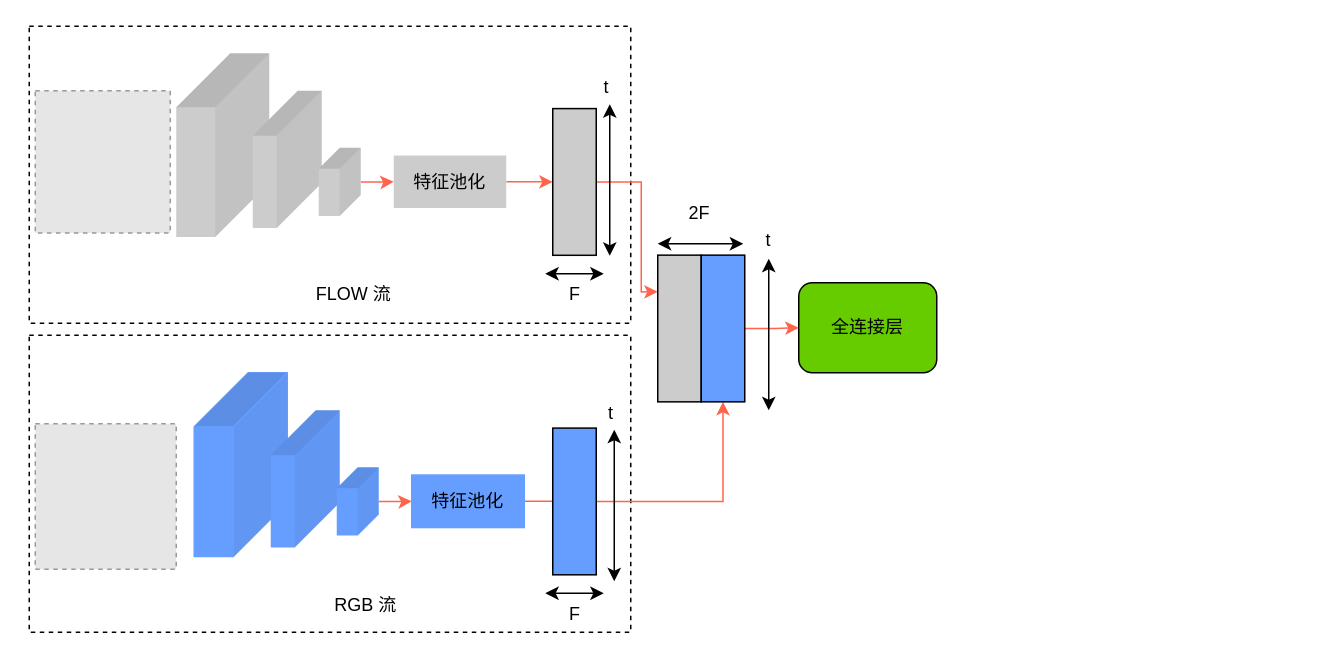
zhou-ning/Diagrams keeps this draw.io diagram as 论文/W-TALC.drawio. Above is the earlier version. Source tidied: cells renumbered, new cells numbered last; positions are measured from the earlier drawing's top-left corner, leaving out a move shared by most shapes. Both pictures are drawn from the tidied source at 150%, with x=0, y=0 at pixel (28, 26). Pictures stored in the file or linked from it are replaced by grey dashed boxes.
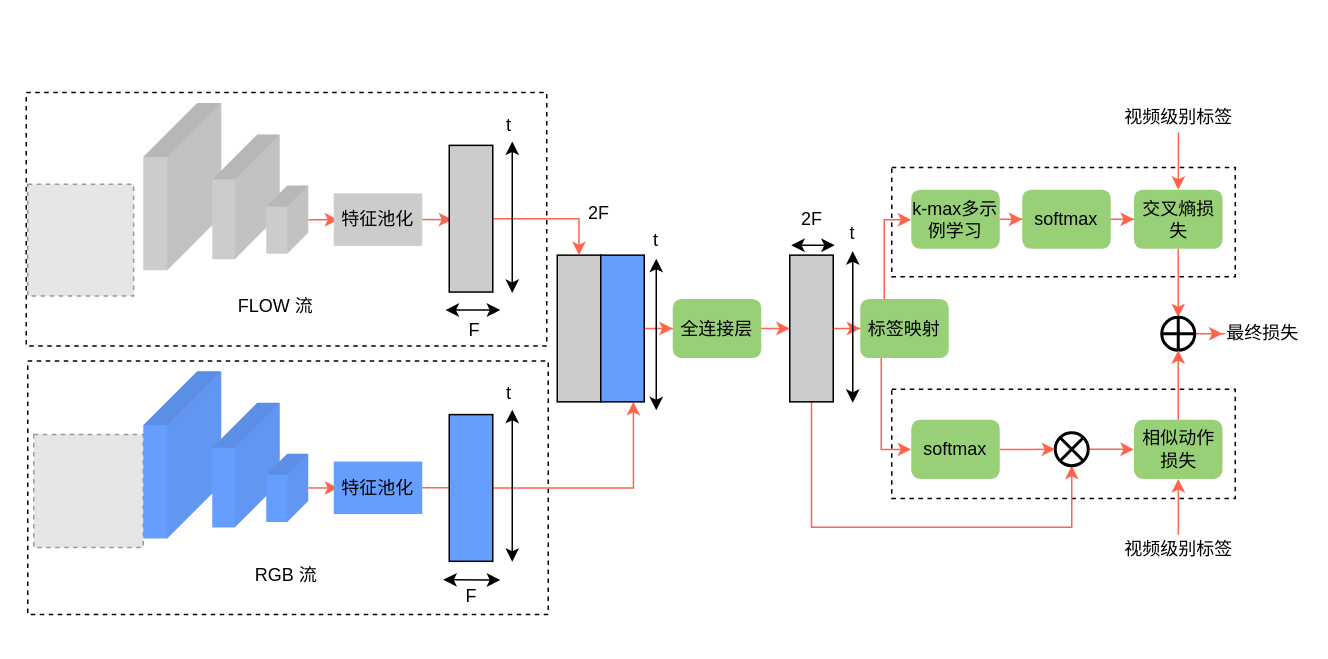
The same page after the edit.

The edit, as a diff of the source:
```diff
@@
-    <mxCell id="2" style="rounded=0;whiteSpace=wrap;html=1;shadow=0;dashed=1;" parent="1" vertex="1">
-      <mxGeometry width="401" height="198" as="geometry" />
-    </mxCell>
+    <mxCell id="40" style="rounded=0;whiteSpace=wrap;html=1;shadow=0;dashed=1;" parent="1" vertex="1">
+      <mxGeometry x="-2" y="44.2" width="347" height="169" as="geometry" />
+    </mxCell>
+    <mxCell id="41" style="rounded=0;whiteSpace=wrap;html=1;shadow=0;dashed=1;" parent="1" vertex="1">
+      <mxGeometry x="575" y="242" width="229" height="72.8" as="geometry" />
+    </mxCell>
+    <mxCell id="42" style="rounded=0;whiteSpace=wrap;html=1;shadow=0;dashed=1;" parent="1" vertex="1">
+      <mxGeometry x="575" y="94.2" width="229" height="72.8" as="geometry" />
+    </mxCell>
     <mxCell id="3" style="rounded=0;whiteSpace=wrap;html=1;shadow=0;dashed=1;" parent="1" vertex="1">
-      <mxGeometry y="206" width="401" height="198" as="geometry" />
+      <mxGeometry x="-1" y="223.2" width="347" height="169" as="geometry" />
     </mxCell>
     <mxCell id="4" style="fillColor=#E6E6E6;strokeColor=#999999;dashed=1;verticalLabelPosition=bottom;labelBackgroundColor=#ffffff;verticalAlign=top;" parent="1" vertex="1">
-      <mxGeometry x="4" y="265" width="94" height="97" as="geometry" />
+      <mxGeometry x="3" y="272.2" width="73" height="75.3" as="geometry" />
     </mxCell>
     <mxCell id="5" style="fillColor=#E6E6E6;strokeColor=#999999;dashed=1;verticalLabelPosition=bottom;labelBackgroundColor=#ffffff;verticalAlign=top;" parent="1" vertex="1">
-      <mxGeometry x="4" y="43" width="90" height="94.8" as="geometry" />
+      <mxGeometry x="-1" y="105.4" width="70.6" height="74.4" as="geometry" />
     </mxCell>
-    <mxCell id="6" style="shape=cube;whiteSpace=wrap;html=1;boundedLbl=1;backgroundOutline=1;darkOpacity=0.05;darkOpacity2=0.1;shadow=0;size=36;direction=south;fillColor=#669EFF;strokeColor=#669EFF;" parent="1" vertex="1">
-      <mxGeometry x="110" y="231" width="62" height="122.5" as="geometry" />
+    <mxCell id="6" style="shape=cube;whiteSpace=wrap;html=1;boundedLbl=1;backgroundOutline=1;darkOpacity=0.05;darkOpacity2=0.1;shadow=0;size=36;direction=south;fillColor=#669EFF;strokeColor=none;" parent="1" vertex="1">
+      <mxGeometry x="76" y="230" width="52" height="111.5" as="geometry" />
     </mxCell>
     <mxCell id="7" style="shape=cube;whiteSpace=wrap;html=1;boundedLbl=1;backgroundOutline=1;darkOpacity=0.05;darkOpacity2=0.1;shadow=0;size=30;direction=south;fillColor=#669EFF;strokeColor=none;" parent="1" vertex="1">
-      <mxGeometry x="161" y="256" width="46" height="91.5" as="geometry" />
+      <mxGeometry x="122" y="251" width="45" height="83.2" as="geometry" />
     </mxCell>
-    <mxCell id="8" style="edgeStyle=orthogonalEdgeStyle;rounded=0;jettySize=auto;html=1;entryX=0;entryY=0.5;entryDx=0;entryDy=0;strokeColor=#FF644D;" parent="1" edge="1" source="9" target="11">
+    <mxCell id="8" style="edgeStyle=orthogonalEdgeStyle;rounded=0;jettySize=auto;html=1;strokeColor=#FF644D;" parent="1" edge="1" source="9" target="11">
       <mxGeometry relative="1" as="geometry" />
     </mxCell>
     <mxCell id="9" style="shape=cube;whiteSpace=wrap;html=1;boundedLbl=1;backgroundOutline=1;darkOpacity=0.05;darkOpacity2=0.1;shadow=0;size=14;direction=south;fillColor=#669EFF;strokeColor=none;" parent="1" vertex="1">
-      <mxGeometry x="205" y="294" width="28" height="45.5" as="geometry" />
+      <mxGeometry x="158" y="285" width="28" height="45.5" as="geometry" />
     </mxCell>
-    <mxCell id="10" style="edgeStyle=orthogonalEdgeStyle;rounded=0;jettySize=auto;html=1;entryX=0.5;entryY=1;entryDx=0;entryDy=0;strokeColor=#FF644D;" parent="1" edge="1" source="11" target="13">
+    <mxCell id="10" style="edgeStyle=orthogonalEdgeStyle;rounded=0;jettySize=auto;html=1;strokeColor=#FF644D;entryX=0.5;entryY=1;entryDx=0;entryDy=0;" parent="1" edge="1" source="11" target="13">
       <mxGeometry relative="1" as="geometry" />
     </mxCell>
-    <mxCell id="11" value="特征池化" style="rounded=0;whiteSpace=wrap;html=1;shadow=0;fillColor=#669EFF;strokeColor=#669EFF;" parent="1" vertex="1">
-      <mxGeometry x="255" y="299.2" width="75" height="35" as="geometry" />
+    <mxCell id="11" value="特征池化" style="rounded=0;whiteSpace=wrap;html=1;shadow=0;fillColor=#669EFF;strokeColor=none;" parent="1" vertex="1">
+      <mxGeometry x="203" y="290.2" width="59" height="35" as="geometry" />
     </mxCell>
-    <mxCell id="12" style="edgeStyle=orthogonalEdgeStyle;rounded=0;jettySize=auto;html=1;entryX=1;entryY=0.5;entryDx=0;entryDy=0;strokeColor=#FF644D;" parent="1" edge="1" source="13" target="24">
+    <mxCell id="12" style="edgeStyle=orthogonalEdgeStyle;rounded=0;jettySize=auto;html=1;entryX=1;entryY=0.25;entryDx=0;entryDy=0;strokeColor=#FF644D;" parent="1" edge="1" source="13" target="24">
       <mxGeometry relative="1" as="geometry" />
     </mxCell>
     <mxCell id="13" style="rounded=0;whiteSpace=wrap;html=1;shadow=0;fillColor=#669EFF;direction=south;" parent="1" vertex="1">
-      <mxGeometry x="349" y="267.9" width="29" height="97.8" as="geometry" />
+      <mxGeometry x="280" y="258.9" width="29" height="97.8" as="geometry" />
     </mxCell>
-    <mxCell id="14" style="shape=cube;whiteSpace=wrap;html=1;boundedLbl=1;backgroundOutline=1;darkOpacity=0.05;darkOpacity2=0.1;shadow=0;size=36;direction=south;strokeColor=none;fillColor=#CCCCCC;" parent="1" vertex="1">
-      <mxGeometry x="98" y="18" width="62" height="122.5" as="geometry" />
-    </mxCell>
-    <mxCell id="15" style="shape=cube;whiteSpace=wrap;html=1;boundedLbl=1;backgroundOutline=1;darkOpacity=0.05;darkOpacity2=0.1;shadow=0;size=30;direction=south;strokeColor=none;fillColor=#CCCCCC;" parent="1" vertex="1">
-      <mxGeometry x="149" y="43" width="46" height="91.5" as="geometry" />
-    </mxCell>
-    <mxCell id="16" style="edgeStyle=orthogonalEdgeStyle;rounded=0;jettySize=auto;html=1;entryX=0;entryY=0.5;entryDx=0;entryDy=0;strokeColor=#FF644D;" parent="1" edge="1" source="17" target="19">
-      <mxGeometry relative="1" as="geometry" />
-    </mxCell>
-    <mxCell id="17" style="shape=cube;whiteSpace=wrap;html=1;boundedLbl=1;backgroundOutline=1;darkOpacity=0.05;darkOpacity2=0.1;shadow=0;size=14;direction=south;strokeColor=none;fillColor=#CCCCCC;" parent="1" vertex="1">
-      <mxGeometry x="193" y="81" width="28" height="45.5" as="geometry" />
-    </mxCell>
-    <mxCell id="18" style="edgeStyle=orthogonalEdgeStyle;rounded=0;jettySize=auto;html=1;entryX=0.5;entryY=1;entryDx=0;entryDy=0;strokeColor=#FF644D;" parent="1" edge="1" source="19" target="21">
-      <mxGeometry relative="1" as="geometry" />
-    </mxCell>
-    <mxCell id="19" value="特征池化" style="rounded=0;whiteSpace=wrap;html=1;shadow=0;strokeColor=none;fillColor=#CCCCCC;" parent="1" vertex="1">
-      <mxGeometry x="243" y="86.2" width="75" height="35" as="geometry" />
-    </mxCell>
-    <mxCell id="20" style="edgeStyle=orthogonalEdgeStyle;rounded=0;jettySize=auto;html=1;entryX=0.25;entryY=1;entryDx=0;entryDy=0;strokeColor=#FF644D;" parent="1" edge="1" source="21" target="22">
-      <mxGeometry relative="1" as="geometry">
-        <Array as="points">
-          <mxPoint x="408" y="104" />
-          <mxPoint x="408" y="177" />
-        </Array>
-      </mxGeometry>
-    </mxCell>
-    <mxCell id="21" style="rounded=0;whiteSpace=wrap;html=1;shadow=0;direction=south;fillColor=#CCCCCC;" parent="1" vertex="1">
-      <mxGeometry x="349" y="54.9" width="29" height="97.8" as="geometry" />
-    </mxCell>
     <mxCell id="22" style="rounded=0;whiteSpace=wrap;html=1;shadow=0;direction=south;fillColor=#CCCCCC;" parent="1" vertex="1">
-      <mxGeometry x="419" y="152.6" width="29" height="97.8" as="geometry" />
+      <mxGeometry x="352" y="152.6" width="29" height="97.8" as="geometry" />
     </mxCell>
@@
     <mxCell id="24" style="rounded=0;whiteSpace=wrap;html=1;shadow=0;fillColor=#669EFF;direction=south;" parent="1" vertex="1">
-      <mxGeometry x="448" y="152.6" width="29" height="97.8" as="geometry" />
+      <mxGeometry x="381" y="152.6" width="29" height="97.8" as="geometry" />
     </mxCell>
-    <mxCell id="25" style="endArrow=classic;startArrow=classic;html=1;" parent="1" edge="1">
-      <mxGeometry relative="1" as="geometry">
-        <mxPoint x="344" y="378" as="sourcePoint" />
-        <mxPoint x="383" y="378" as="targetPoint" />
-      </mxGeometry>
-    </mxCell>
     <mxCell id="26" value="F" style="text;html=1;strokeColor=none;fillColor=none;align=center;verticalAlign=middle;whiteSpace=wrap;rounded=0;shadow=0;" parent="1" vertex="1">
-      <mxGeometry x="343.5" y="382" width="40" height="20" as="geometry" />
+      <mxGeometry x="274.5" y="370" width="40" height="20" as="geometry" />
     </mxCell>
-    <mxCell id="27" style="endArrow=classic;startArrow=classic;html=1;" parent="1" edge="1">
-      <mxGeometry relative="1" as="geometry">
-        <mxPoint x="344" y="165" as="sourcePoint" />
-        <mxPoint x="383" y="165" as="targetPoint" />
-      </mxGeometry>
-    </mxCell>
-    <mxCell id="28" value="F" style="text;html=1;strokeColor=none;fillColor=none;align=center;verticalAlign=middle;whiteSpace=wrap;rounded=0;shadow=0;" parent="1" vertex="1">
-      <mxGeometry x="343.5" y="169" width="40" height="20" as="geometry" />
-    </mxCell>
-    <mxCell id="29" style="endArrow=classic;startArrow=classic;html=1;" parent="1" edge="1">
-      <mxGeometry relative="1" as="geometry">
-        <mxPoint x="387" y="153" as="sourcePoint" />
-        <mxPoint x="387" y="52" as="targetPoint" />
-      </mxGeometry>
-    </mxCell>
-    <mxCell id="30" value="t" style="text;html=1;strokeColor=none;fillColor=none;align=center;verticalAlign=middle;whiteSpace=wrap;rounded=0;shadow=0;" parent="1" vertex="1">
-      <mxGeometry x="365" y="31" width="40" height="20" as="geometry" />
-    </mxCell>
     <mxCell id="31" style="endArrow=classic;startArrow=classic;html=1;" parent="1" edge="1">
       <mxGeometry relative="1" as="geometry">
-        <mxPoint x="390" y="370" as="sourcePoint" />
-        <mxPoint x="390" y="269" as="targetPoint" />
+        <mxPoint x="322" y="357" as="sourcePoint" />
+        <mxPoint x="322" y="255.6" as="targetPoint" />
       </mxGeometry>
     </mxCell>
     <mxCell id="32" value="t" style="text;html=1;strokeColor=none;fillColor=none;align=center;verticalAlign=middle;whiteSpace=wrap;rounded=0;shadow=0;" parent="1" vertex="1">
-      <mxGeometry x="368" y="248" width="40" height="20" as="geometry" />
+      <mxGeometry x="300" y="234.6" width="40" height="20" as="geometry" />
     </mxCell>
     <mxCell id="33" style="endArrow=classic;startArrow=classic;html=1;" parent="1" edge="1">
       <mxGeometry relative="1" as="geometry">
-        <mxPoint x="419" y="145" as="sourcePoint" />
-        <mxPoint x="476" y="145" as="targetPoint" />
+        <mxPoint x="508" y="146" as="sourcePoint" />
+        <mxPoint x="537" y="146" as="targetPoint" />
       </mxGeometry>
     </mxCell>
     <mxCell id="34" value="2F" style="text;html=1;strokeColor=none;fillColor=none;align=center;verticalAlign=middle;whiteSpace=wrap;rounded=0;shadow=0;" parent="1" vertex="1">
-      <mxGeometry x="427" y="114.5" width="40" height="20" as="geometry" />
+      <mxGeometry x="360" y="114.5" width="40" height="20" as="geometry" />
     </mxCell>
     <mxCell id="35" style="endArrow=classic;startArrow=classic;html=1;" parent="1" edge="1">
       <mxGeometry relative="1" as="geometry">
-        <mxPoint x="493" y="256" as="sourcePoint" />
-        <mxPoint x="493" y="155" as="targetPoint" />
+        <mxPoint x="418" y="256" as="sourcePoint" />
+        <mxPoint x="418" y="155" as="targetPoint" />
       </mxGeometry>
     </mxCell>
     <mxCell id="36" value="t" style="text;html=1;strokeColor=none;fillColor=none;align=center;verticalAlign=middle;whiteSpace=wrap;rounded=0;shadow=0;" parent="1" vertex="1">
-      <mxGeometry x="473" y="132.6" width="40" height="20" as="geometry" />
+      <mxGeometry x="398" y="132.6" width="40" height="20" as="geometry" />
     </mxCell>
     <mxCell id="37" value="RGB 流" style="text;html=1;strokeColor=none;fillColor=none;align=center;verticalAlign=middle;whiteSpace=wrap;rounded=0;shadow=0;" parent="1" vertex="1">
-      <mxGeometry x="193" y="376" width="63" height="20" as="geometry" />
+      <mxGeometry x="140" y="356" width="63" height="20" as="geometry" />
     </mxCell>
+    <mxCell id="43" style="edgeStyle=orthogonalEdgeStyle;rounded=0;jettySize=auto;html=1;entryX=0.5;entryY=1;entryDx=0;entryDy=0;strokeColor=#FF644D;" parent="1" edge="1" source="39" target="46">
+      <mxGeometry relative="1" as="geometry" />
+    </mxCell>
+    <mxCell id="39" value="全连接层" style="rounded=1;whiteSpace=wrap;html=1;shadow=0;fillColor=#97D077;strokeColor=none;" parent="1" vertex="1">
+      <mxGeometry x="429" y="181.8" width="59" height="39.4" as="geometry" />
+    </mxCell>
+    <mxCell id="44" style="edgeStyle=orthogonalEdgeStyle;rounded=0;jettySize=auto;html=1;strokeColor=#FF644D;" parent="1" edge="1" source="46" target="51">
+      <mxGeometry relative="1" as="geometry" />
+    </mxCell>
+    <mxCell id="45" style="edgeStyle=orthogonalEdgeStyle;rounded=0;jettySize=auto;html=1;entryX=0.5;entryY=1;entryDx=0;entryDy=0;strokeColor=#FF644D;" parent="1" edge="1" source="46" target="57">
+      <mxGeometry relative="1" as="geometry">
+        <Array as="points">
+          <mxPoint x="522" y="334" />
+          <mxPoint x="695" y="334" />
+        </Array>
+      </mxGeometry>
+    </mxCell>
+    <mxCell id="46" style="rounded=0;whiteSpace=wrap;html=1;shadow=0;direction=south;fillColor=#CCCCCC;" parent="1" vertex="1">
+      <mxGeometry x="507" y="152.6" width="29" height="97.8" as="geometry" />
+    </mxCell>
+    <mxCell id="47" style="edgeStyle=orthogonalEdgeStyle;rounded=0;jettySize=auto;html=1;strokeColor=#FF644D;" parent="1" edge="1" source="48" target="53">
+      <mxGeometry relative="1" as="geometry" />
+    </mxCell>
+    <mxCell id="48" value="k-max多示例学习" style="rounded=1;whiteSpace=wrap;html=1;shadow=0;fillColor=#97D077;strokeColor=none;" parent="1" vertex="1">
+      <mxGeometry x="588" y="109" width="59" height="39.4" as="geometry" />
+    </mxCell>
+    <mxCell id="49" style="edgeStyle=orthogonalEdgeStyle;rounded=0;jettySize=auto;html=1;strokeColor=#FF644D;" parent="1" edge="1" source="51" target="48">
+      <mxGeometry relative="1" as="geometry">
+        <Array as="points">
+          <mxPoint x="570" y="129" />
+        </Array>
+      </mxGeometry>
+    </mxCell>
+    <mxCell id="50" style="edgeStyle=orthogonalEdgeStyle;rounded=0;jettySize=auto;html=1;entryX=0;entryY=0.5;entryDx=0;entryDy=0;strokeColor=#FF644D;" parent="1" edge="1" source="51" target="61">
+      <mxGeometry relative="1" as="geometry">
+        <Array as="points">
+          <mxPoint x="568" y="282" />
+        </Array>
+      </mxGeometry>
+    </mxCell>
+    <mxCell id="51" value="标签映射" style="rounded=1;whiteSpace=wrap;html=1;shadow=0;fillColor=#97D077;strokeColor=none;" parent="1" vertex="1">
+      <mxGeometry x="554" y="181.8" width="59" height="39.4" as="geometry" />
+    </mxCell>
+    <mxCell id="52" style="edgeStyle=orthogonalEdgeStyle;rounded=0;jettySize=auto;html=1;strokeColor=#FF644D;" parent="1" edge="1" source="53" target="55">
+      <mxGeometry relative="1" as="geometry" />
+    </mxCell>
+    <mxCell id="53" value="softmax" style="rounded=1;whiteSpace=wrap;html=1;shadow=0;fillColor=#97D077;strokeColor=none;" parent="1" vertex="1">
+      <mxGeometry x="662" y="109" width="59" height="39.4" as="geometry" />
+    </mxCell>
+    <mxCell id="54" style="edgeStyle=orthogonalEdgeStyle;rounded=0;jettySize=auto;html=1;entryX=0.5;entryY=0;entryDx=0;entryDy=0;strokeColor=#FF644D;" parent="1" edge="1" source="55" target="59">
+      <mxGeometry relative="1" as="geometry" />
+    </mxCell>
+    <mxCell id="55" value="交叉熵损失" style="rounded=1;whiteSpace=wrap;html=1;shadow=0;fillColor=#97D077;strokeColor=none;" parent="1" vertex="1">
+      <mxGeometry x="736.5" y="109" width="59" height="39.4" as="geometry" />
+    </mxCell>
+    <mxCell id="56" style="edgeStyle=orthogonalEdgeStyle;rounded=0;jettySize=auto;html=1;strokeColor=#FF644D;" parent="1" edge="1" source="57" target="65">
+      <mxGeometry relative="1" as="geometry" />
+    </mxCell>
+    <mxCell id="57" style="shape=sumEllipse;perimeter=ellipsePerimeter;whiteSpace=wrap;html=1;backgroundOutline=1;shadow=0;strokeColor=#000000;fillColor=none;strokeWidth=2;" parent="1" vertex="1">
+      <mxGeometry x="684" y="271" width="22" height="22" as="geometry" />
+    </mxCell>
+    <mxCell id="58" style="edgeStyle=orthogonalEdgeStyle;rounded=0;jettySize=auto;html=1;strokeColor=#FF644D;" parent="1" edge="1" source="59" target="66">
+      <mxGeometry relative="1" as="geometry" />
+    </mxCell>
+    <mxCell id="59" style="shape=orEllipse;perimeter=ellipsePerimeter;whiteSpace=wrap;html=1;backgroundOutline=1;shadow=0;strokeColor=#000000;strokeWidth=2;fillColor=none;" parent="1" vertex="1">
+      <mxGeometry x="755" y="194" width="22" height="22" as="geometry" />
+    </mxCell>
+    <mxCell id="60" style="edgeStyle=orthogonalEdgeStyle;rounded=0;jettySize=auto;html=1;entryX=0;entryY=0.5;entryDx=0;entryDy=0;strokeColor=#FF644D;" parent="1" edge="1" source="61" target="57">
+      <mxGeometry relative="1" as="geometry" />
+    </mxCell>
+    <mxCell id="61" value="softmax" style="rounded=1;whiteSpace=wrap;html=1;shadow=0;fillColor=#97D077;strokeColor=none;" parent="1" vertex="1">
+      <mxGeometry x="588" y="262.4" width="59" height="39.4" as="geometry" />
+    </mxCell>
+    <mxCell id="62" style="edgeStyle=orthogonalEdgeStyle;rounded=0;jettySize=auto;html=1;entryX=0.5;entryY=0;entryDx=0;entryDy=0;strokeColor=#FF644D;" parent="1" edge="1" source="63" target="55">
+      <mxGeometry relative="1" as="geometry" />
+    </mxCell>
+    <mxCell id="63" value="视频级别标签" style="text;html=1;strokeColor=none;fillColor=none;align=center;verticalAlign=middle;whiteSpace=wrap;rounded=0;shadow=0;" parent="1" vertex="1">
+      <mxGeometry x="723.8" y="51" width="84.5" height="20" as="geometry" />
+    </mxCell>
+    <mxCell id="64" style="edgeStyle=orthogonalEdgeStyle;rounded=0;jettySize=auto;html=1;entryX=0.5;entryY=1;entryDx=0;entryDy=0;strokeColor=#FF644D;" parent="1" edge="1" source="65" target="59">
+      <mxGeometry relative="1" as="geometry" />
+    </mxCell>
+    <mxCell id="65" value="相似动作损失" style="rounded=1;whiteSpace=wrap;html=1;shadow=0;fillColor=#97D077;strokeColor=none;" parent="1" vertex="1">
+      <mxGeometry x="736.5" y="262.4" width="59" height="39.4" as="geometry" />
+    </mxCell>
+    <mxCell id="66" value="最终损失" style="text;html=1;strokeColor=none;fillColor=none;align=center;verticalAlign=middle;whiteSpace=wrap;rounded=0;shadow=0;" parent="1" vertex="1">
+      <mxGeometry x="795.5" y="195" width="53" height="20" as="geometry" />
+    </mxCell>
+    <mxCell id="67" style="edgeStyle=orthogonalEdgeStyle;rounded=0;jettySize=auto;html=1;entryX=0.5;entryY=1;entryDx=0;entryDy=0;strokeColor=#FF644D;" parent="1" edge="1" source="68" target="65">
+      <mxGeometry relative="1" as="geometry" />
+    </mxCell>
+    <mxCell id="68" value="视频级别标签" style="text;html=1;strokeColor=none;fillColor=none;align=center;verticalAlign=middle;whiteSpace=wrap;rounded=0;shadow=0;" parent="1" vertex="1">
+      <mxGeometry x="723.8" y="339" width="84.5" height="20" as="geometry" />
+    </mxCell>
+    <mxCell id="69" style="shape=cube;whiteSpace=wrap;html=1;boundedLbl=1;backgroundOutline=1;darkOpacity=0.05;darkOpacity2=0.1;shadow=0;size=36;direction=south;fillColor=#CCCCCC;strokeColor=none;" parent="1" vertex="1">
+      <mxGeometry x="76" y="51.2" width="52" height="111.5" as="geometry" />
+    </mxCell>
+    <mxCell id="70" style="shape=cube;whiteSpace=wrap;html=1;boundedLbl=1;backgroundOutline=1;darkOpacity=0.05;darkOpacity2=0.1;shadow=0;size=30;direction=south;strokeColor=none;fillColor=#CCCCCC;" parent="1" vertex="1">
+      <mxGeometry x="122" y="72.2" width="45" height="83.2" as="geometry" />
+    </mxCell>
+    <mxCell id="71" style="edgeStyle=orthogonalEdgeStyle;rounded=0;jettySize=auto;html=1;strokeColor=#FF644D;" parent="1" edge="1" source="72" target="19">
+      <mxGeometry relative="1" as="geometry" />
+    </mxCell>
+    <mxCell id="72" style="shape=cube;whiteSpace=wrap;html=1;boundedLbl=1;backgroundOutline=1;darkOpacity=0.05;darkOpacity2=0.1;shadow=0;size=14;direction=south;strokeColor=none;fillColor=#CCCCCC;" parent="1" vertex="1">
+      <mxGeometry x="158" y="106.2" width="28" height="45.5" as="geometry" />
+    </mxCell>
+    <mxCell id="73" style="edgeStyle=orthogonalEdgeStyle;rounded=0;jettySize=auto;html=1;strokeColor=#FF644D;" parent="1" edge="1" source="19" target="75">
+      <mxGeometry relative="1" as="geometry" />
+    </mxCell>
+    <mxCell id="19" value="特征池化" style="rounded=0;whiteSpace=wrap;html=1;shadow=0;fillColor=#CCCCCC;strokeColor=none;" parent="1" vertex="1">
+      <mxGeometry x="203" y="111.4" width="59" height="35" as="geometry" />
+    </mxCell>
+    <mxCell id="74" style="edgeStyle=orthogonalEdgeStyle;rounded=0;jettySize=auto;html=1;entryX=0;entryY=0.5;entryDx=0;entryDy=0;strokeColor=#FF644D;" parent="1" edge="1" source="75" target="22">
+      <mxGeometry relative="1" as="geometry" />
+    </mxCell>
+    <mxCell id="75" style="rounded=0;whiteSpace=wrap;html=1;shadow=0;direction=south;fillColor=#CCCCCC;" parent="1" vertex="1">
+      <mxGeometry x="280" y="79.4" width="29" height="97.8" as="geometry" />
+    </mxCell>
+    <mxCell id="76" style="endArrow=classic;startArrow=classic;html=1;" parent="1" edge="1">
+      <mxGeometry relative="1" as="geometry">
+        <mxPoint x="277.5" y="189.2" as="sourcePoint" />
+        <mxPoint x="314" y="189.2" as="targetPoint" />
+      </mxGeometry>
+    </mxCell>
+    <mxCell id="28" value="F" style="text;html=1;strokeColor=none;fillColor=none;align=center;verticalAlign=middle;whiteSpace=wrap;rounded=0;shadow=0;" parent="1" vertex="1">
+      <mxGeometry x="277" y="193.2" width="40" height="20" as="geometry" />
+    </mxCell>
+    <mxCell id="77" style="endArrow=classic;startArrow=classic;html=1;" parent="1" edge="1">
+      <mxGeometry relative="1" as="geometry">
+        <mxPoint x="322" y="177.8" as="sourcePoint" />
+        <mxPoint x="322" y="76.8" as="targetPoint" />
+      </mxGeometry>
+    </mxCell>
+    <mxCell id="78" value="t" style="text;html=1;strokeColor=none;fillColor=none;align=center;verticalAlign=middle;whiteSpace=wrap;rounded=0;shadow=0;" parent="1" vertex="1">
+      <mxGeometry x="300" y="55.8" width="40" height="20" as="geometry" />
+    </mxCell>
     <mxCell id="38" value="FLOW 流" style="text;html=1;strokeColor=none;fillColor=none;align=center;verticalAlign=middle;whiteSpace=wrap;rounded=0;shadow=0;" parent="1" vertex="1">
-      <mxGeometry x="185" y="169" width="63" height="20" as="geometry" />
+      <mxGeometry x="133" y="177.2" width="63" height="20" as="geometry" />
     </mxCell>
-    <mxCell id="39" value="全连接层" style="rounded=1;whiteSpace=wrap;html=1;shadow=0;strokeColor=#000000;fillColor=#66CC00;" parent="1" vertex="1">
-      <mxGeometry x="513" y="171" width="92" height="60" as="geometry" />
-    </mxCell>
+    <mxCell id="79" style="endArrow=classic;startArrow=classic;html=1;" parent="1" edge="1">
+      <mxGeometry relative="1" as="geometry">
+        <mxPoint x="276" y="369" as="sourcePoint" />
+        <mxPoint x="314" y="369.2" as="targetPoint" />
+      </mxGeometry>
+    </mxCell>
+    <mxCell id="80" value="2F" style="text;html=1;strokeColor=none;fillColor=none;align=center;verticalAlign=middle;whiteSpace=wrap;rounded=0;shadow=0;" parent="1" vertex="1">
+      <mxGeometry x="501.5" y="118.9" width="40" height="20" as="geometry" />
+    </mxCell>
+    <mxCell id="81" style="endArrow=classic;startArrow=classic;html=1;" parent="1" edge="1">
+      <mxGeometry relative="1" as="geometry">
+        <mxPoint x="549" y="251" as="sourcePoint" />
+        <mxPoint x="549" y="150" as="targetPoint" />
+      </mxGeometry>
+    </mxCell>
+    <mxCell id="82" value="t" style="text;html=1;strokeColor=none;fillColor=none;align=center;verticalAlign=middle;whiteSpace=wrap;rounded=0;shadow=0;" parent="1" vertex="1">
+      <mxGeometry x="529" y="127.6" width="40" height="20" as="geometry" />
+    </mxCell>
```
